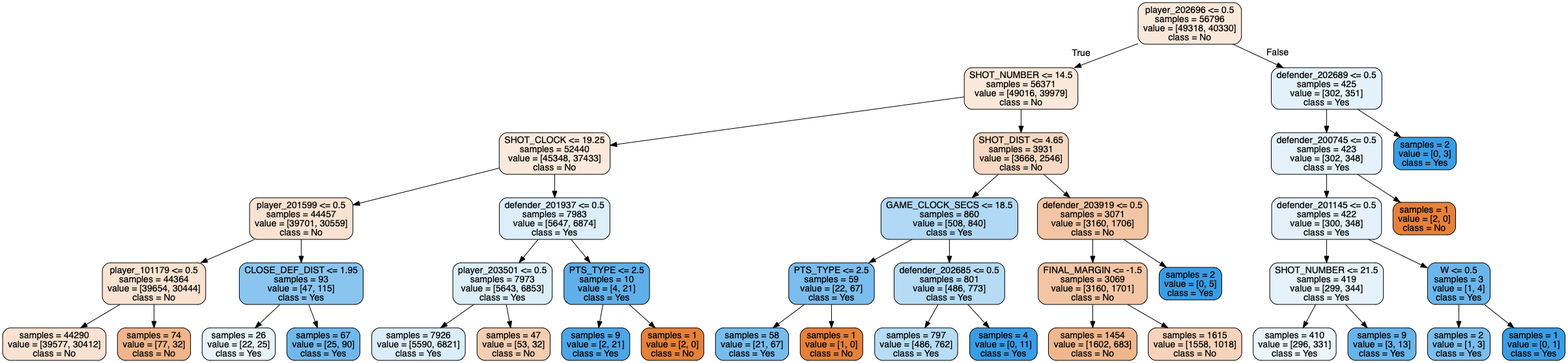
Above: forest_tree_new6.png in tianyi5309/303project (Graphviz), before the change. Its source is kept beside it as forest_tree_new6.dot.
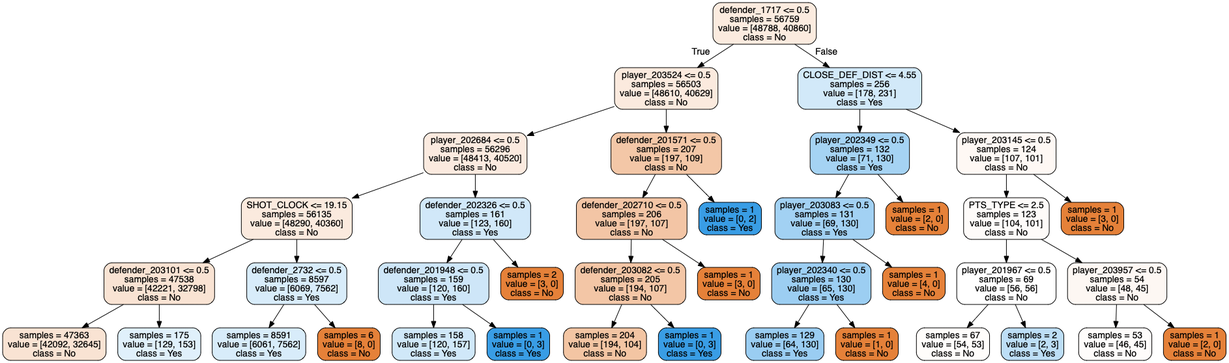
Above is the later version.

Change to the diagram source:
```diff
@@ -1,85 +1,81 @@
 digraph Tree {
 node [shape=box, style="filled, rounded", color="black", fontname=helvetica] ;
 edge [fontname=helvetica] ;
-0 [label="player_202696 <= 0.5\nsamples = 56796\nvalue = [49318, 40330]\nclass = No", fillcolor="#fae8db"] ;
-1 [label="SHOT_NUMBER <= 14.5\nsamples = 56371\nvalue = [49016, 39979]\nclass = No", fillcolor="#fae8da"] ;
+0 [label="defender_1717 <= 0.5\nsamples = 56759\nvalue = [48788, 40860]\nclass = No", fillcolor="#fbebdf"] ;
+1 [label="player_203524 <= 0.5\nsamples = 56503\nvalue = [48610, 40629]\nclass = No", fillcolor="#fbeade"] ;
 0 -> 1 [labeldistance=2.5, labelangle=45, headlabel="True"] ;
-2 [label="SHOT_CLOCK <= 19.25\nsamples = 52440\nvalue = [45348, 37433]\nclass = No", fillcolor="#fae9dc"] ;
+2 [label="player_202684 <= 0.5\nsamples = 56296\nvalue = [48413, 40520]\nclass = No", fillcolor="#fbeadf"] ;
 1 -> 2 ;
-3 [label="player_201599 <= 0.5\nsamples = 44457\nvalue = [39701, 30559]\nclass = No", fillcolor="#f9e2d1"] ;
+3 [label="SHOT_CLOCK <= 19.15\nsamples = 56135\nvalue = [48290, 40360]\nclass = No", fillcolor="#fbeade"] ;
 2 -> 3 ;
-4 [label="player_101179 <= 0.5\nsamples = 44364\nvalue = [39654, 30444]\nclass = No", fillcolor="#f9e2d1"] ;
+4 [label="defender_203101 <= 0.5\nsamples = 47538\nvalue = [42221, 32798]\nclass = No", fillcolor="#f9e3d3"] ;
 3 -> 4 ;
-5 [label="samples = 44290\nvalue = [39577, 30412]\nclass = No", fillcolor="#f9e2d1"] ;
+5 [label="samples = 47363\nvalue = [42092, 32645]\nclass = No", fillcolor="#f9e3d3"] ;
 4 -> 5 ;
-6 [label="samples = 74\nvalue = [77, 32]\nclass = No", fillcolor="#f0b58b"] ;
+6 [label="samples = 175\nvalue = [129, 153]\nclass = Yes", fillcolor="#e0f0fb"] ;
 4 -> 6 ;
-7 [label="CLOSE_DEF_DIST <= 1.95\nsamples = 93\nvalue = [47, 115]\nclass = Yes", fillcolor="#8ac5f0"] ;
+7 [label="defender_2732 <= 0.5\nsamples = 8597\nvalue = [6069, 7562]\nclass = Yes", fillcolor="#d8ecfa"] ;
 3 -> 7 ;
-8 [label="samples = 26\nvalue = [22, 25]\nclass = Yes", fillcolor="#e7f3fc"] ;
+8 [label="samples = 8591\nvalue = [6061, 7562]\nclass = Yes", fillcolor="#d8ecfa"] ;
 7 -> 8 ;
-9 [label="samples = 67\nvalue = [25, 90]\nclass = Yes", fillcolor="#70b8ec"] ;
+9 [label="samples = 6\nvalue = [8, 0]\nclass = No", fillcolor="#e58139"] ;
 7 -> 9 ;
-10 [label="defender_201937 <= 0.5\nsamples = 7983\nvalue = [5647, 6874]\nclass = Yes", fillcolor="#dceefa"] ;
+10 [label="defender_202326 <= 0.5\nsamples = 161\nvalue = [123, 160]\nclass = Yes", fillcolor="#d1e8f9"] ;
 2 -> 10 ;
-11 [label="player_203501 <= 0.5\nsamples = 7973\nvalue = [5643, 6853]\nclass = Yes", fillcolor="#dceefa"] ;
+11 [label="defender_201948 <= 0.5\nsamples = 159\nvalue = [120, 160]\nclass = Yes", fillcolor="#cee6f8"] ;
 10 -> 11 ;
-12 [label="samples = 7926\nvalue = [5590, 6821]\nclass = Yes", fillcolor="#dbedfa"] ;
+12 [label="samples = 158\nvalue = [120, 157]\nclass = Yes", fillcolor="#d0e8f9"] ;
 11 -> 12 ;
-13 [label="samples = 47\nvalue = [53, 32]\nclass = No", fillcolor="#f5cdb1"] ;
+13 [label="samples = 1\nvalue = [0, 3]\nclass = Yes", fillcolor="#399de5"] ;
 11 -> 13 ;
-14 [label="PTS_TYPE <= 2.5\nsamples = 10\nvalue = [4, 21]\nclass = Yes", fillcolor="#5fb0ea"] ;
+14 [label="samples = 2\nvalue = [3, 0]\nclass = No", fillcolor="#e58139"] ;
 10 -> 14 ;
-15 [label="samples = 9\nvalue = [2, 21]\nclass = Yes", fillcolor="#4ca6e7"] ;
-14 -> 15 ;
-16 [label="samples = 1\nvalue = [2, 0]\nclass = No", fillcolor="#e58139"] ;
-14 -> 16 ;
-17 [label="SHOT_DIST <= 4.65\nsamples = 3931\nvalue = [3668, 2546]\nclass = No", fillcolor="#f7d8c2"] ;
-1 -> 17 ;
-18 [label="GAME_CLOCK_SECS <= 18.5\nsamples = 860\nvalue = [508, 840]\nclass = Yes", fillcolor="#b1d8f5"] ;
+15 [label="defender_201571 <= 0.5\nsamples = 207\nvalue = [197, 109]\nclass = No", fillcolor="#f3c7a7"] ;
+1 -> 15 ;
+16 [label="defender_202710 <= 0.5\nsamples = 206\nvalue = [197, 107]\nclass = No", fillcolor="#f3c5a5"] ;
+15 -> 16 ;
+17 [label="defender_203082 <= 0.5\nsamples = 205\nvalue = [194, 107]\nclass = No", fillcolor="#f3c6a6"] ;
+16 -> 17 ;
+18 [label="samples = 204\nvalue = [194, 104]\nclass = No", fillcolor="#f3c5a3"] ;
 17 -> 18 ;
-19 [label="PTS_TYPE <= 2.5\nsamples = 59\nvalue = [22, 67]\nclass = Yes", fillcolor="#7abdee"] ;
-18 -> 19 ;
-20 [label="samples = 58\nvalue = [21, 67]\nclass = Yes", fillcolor="#77bced"] ;
-19 -> 20 ;
-21 [label="samples = 1\nvalue = [1, 0]\nclass = No", fillcolor="#e58139"] ;
-19 -> 21 ;
-22 [label="defender_202685 <= 0.5\nsamples = 801\nvalue = [486, 773]\nclass = Yes", fillcolor="#b5dbf5"] ;
-18 -> 22 ;
-23 [label="samples = 797\nvalue = [486, 762]\nclass = Yes", fillcolor="#b7dcf6"] ;
+19 [label="samples = 1\nvalue = [0, 3]\nclass = Yes", fillcolor="#399de5"] ;
+17 -> 19 ;
+20 [label="samples = 1\nvalue = [3, 0]\nclass = No", fillcolor="#e58139"] ;
+16 -> 20 ;
+21 [label="samples = 1\nvalue = [0, 2]\nclass = Yes", fillcolor="#399de5"] ;
+15 -> 21 ;
+22 [label="CLOSE_DEF_DIST <= 4.55\nsamples = 256\nvalue = [178, 231]\nclass = Yes", fillcolor="#d2e9f9"] ;
+0 -> 22 [labeldistance=2.5, labelangle=-45, headlabel="False"] ;
+23 [label="player_202349 <= 0.5\nsamples = 132\nvalue = [71, 130]\nclass = Yes", fillcolor="#a5d3f3"] ;
 22 -> 23 ;
-24 [label="samples = 4\nvalue = [0, 11]\nclass = Yes", fillcolor="#399de5"] ;
-22 -> 24 ;
-25 [label="defender_203919 <= 0.5\nsamples = 3071\nvalue = [3160, 1706]\nclass = No", fillcolor="#f3c5a4"] ;
-17 -> 25 ;
-26 [label="FINAL_MARGIN <= -1.5\nsamples = 3069\nvalue = [3160, 1701]\nclass = No", fillcolor="#f3c5a4"] ;
+24 [label="player_203083 <= 0.5\nsamples = 131\nvalue = [69, 130]\nclass = Yes", fillcolor="#a2d1f3"] ;
+23 -> 24 ;
+25 [label="player_202340 <= 0.5\nsamples = 130\nvalue = [65, 130]\nclass = Yes", fillcolor="#9ccef2"] ;
+24 -> 25 ;
+26 [label="samples = 129\nvalue = [64, 130]\nclass = Yes", fillcolor="#9acdf2"] ;
 25 -> 26 ;
-27 [label="samples = 1454\nvalue = [1602, 683]\nclass = No", fillcolor="#f0b78d"] ;
-26 -> 27 ;
-28 [label="samples = 1615\nvalue = [1558, 1018]\nclass = No", fillcolor="#f6d3ba"] ;
-26 -> 28 ;
-29 [label="samples = 2\nvalue = [0, 5]\nclass = Yes", fillcolor="#399de5"] ;
-25 -> 29 ;
-30 [label="defender_202689 <= 0.5\nsamples = 425\nvalue = [302, 351]\nclass = Yes", fillcolor="#e3f1fb"] ;
-0 -> 30 [labeldistance=2.5, labelangle=-45, headlabel="False"] ;
-31 [label="defender_200745 <= 0.5\nsamples = 423\nvalue = [302, 348]\nclass = Yes", fillcolor="#e5f2fc"] ;
+27 [label="samples = 1\nvalue = [1, 0]\nclass = No", fillcolor="#e58139"] ;
+25 -> 27 ;
+28 [label="samples = 1\nvalue = [4, 0]\nclass = No", fillcolor="#e58139"] ;
+24 -> 28 ;
+29 [label="samples = 1\nvalue = [2, 0]\nclass = No", fillcolor="#e58139"] ;
+23 -> 29 ;
+30 [label="player_203145 <= 0.5\nsamples = 124\nvalue = [107, 101]\nclass = No", fillcolor="#fef8f4"] ;
+22 -> 30 ;
+31 [label="PTS_TYPE <= 2.5\nsamples = 123\nvalue = [104, 101]\nclass = No", fillcolor="#fefbf9"] ;
 30 -> 31 ;
-32 [label="defender_201145 <= 0.5\nsamples = 422\nvalue = [300, 348]\nclass = Yes", fillcolor="#e4f1fb"] ;
+32 [label="player_201967 <= 0.5\nsamples = 69\nvalue = [56, 56]\nclass = No", fillcolor="#ffffff"] ;
 31 -> 32 ;
-33 [label="SHOT_NUMBER <= 21.5\nsamples = 419\nvalue = [299, 344]\nclass = Yes", fillcolor="#e5f2fc"] ;
+33 [label="samples = 67\nvalue = [54, 53]\nclass = No", fillcolor="#fffdfb"] ;
 32 -> 33 ;
-34 [label="samples = 410\nvalue = [296, 331]\nclass = Yes", fillcolor="#eaf5fc"] ;
-33 -> 34 ;
-35 [label="samples = 9\nvalue = [3, 13]\nclass = Yes", fillcolor="#67b4eb"] ;
-33 -> 35 ;
-36 [label="W <= 0.5\nsamples = 3\nvalue = [1, 4]\nclass = Yes", fillcolor="#6ab6ec"] ;
-32 -> 36 ;
-37 [label="samples = 2\nvalue = [1, 3]\nclass = Yes", fillcolor="#7bbeee"] ;
-36 -> 37 ;
-38 [label="samples = 1\nvalue = [0, 1]\nclass = Yes", fillcolor="#399de5"] ;
-36 -> 38 ;
-39 [label="samples = 1\nvalue = [2, 0]\nclass = No", fillcolor="#e58139"] ;
-31 -> 39 ;
-40 [label="samples = 2\nvalue = [0, 3]\nclass = Yes", fillcolor="#399de5"] ;
-30 -> 40 ;
+34 [label="samples = 2\nvalue = [2, 3]\nclass = Yes", fillcolor="#bddef6"] ;
+32 -> 34 ;
+35 [label="player_203957 <= 0.5\nsamples = 54\nvalue = [48, 45]\nclass = No", fillcolor="#fdf7f3"] ;
+31 -> 35 ;
+36 [label="samples = 53\nvalue = [46, 45]\nclass = No", fillcolor="#fefcfb"] ;
+35 -> 36 ;
+37 [label="samples = 1\nvalue = [2, 0]\nclass = No", fillcolor="#e58139"] ;
+35 -> 37 ;
+38 [label="samples = 1\nvalue = [3, 0]\nclass = No", fillcolor="#e58139"] ;
+30 -> 38 ;
 }
```
